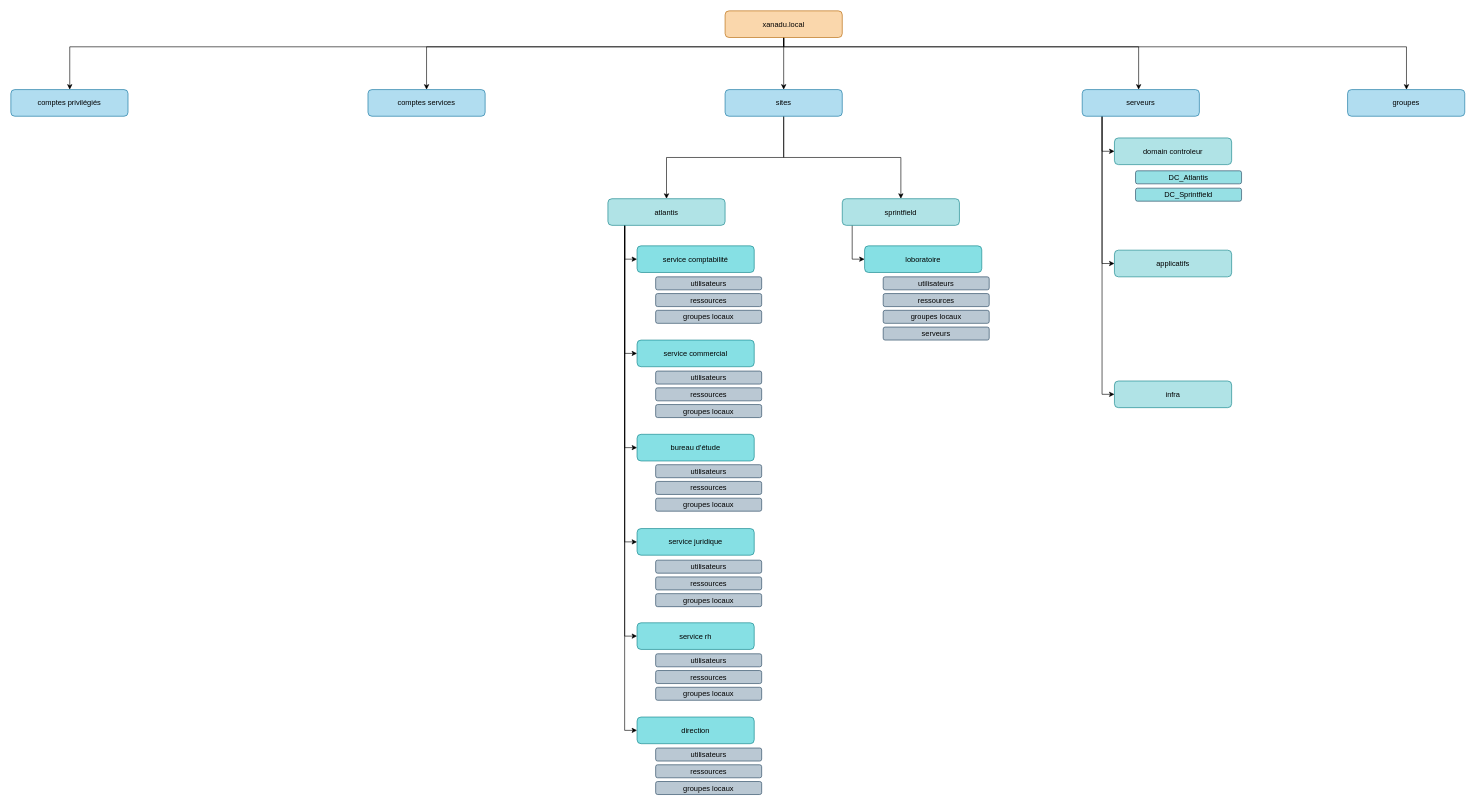
Earlier version of the draw.io diagram L1-annuaire_ad.drawio (RobinNoiret/school-fisa3-administration_si). Source tidied: cells renumbered, new cells numbered last; positions are measured from the earlier drawing's top-left corner, leaving out a move shared by most shapes. Both pictures are drawn from the tidied source at 62%, with x=0, y=0 at pixel (11, 11).
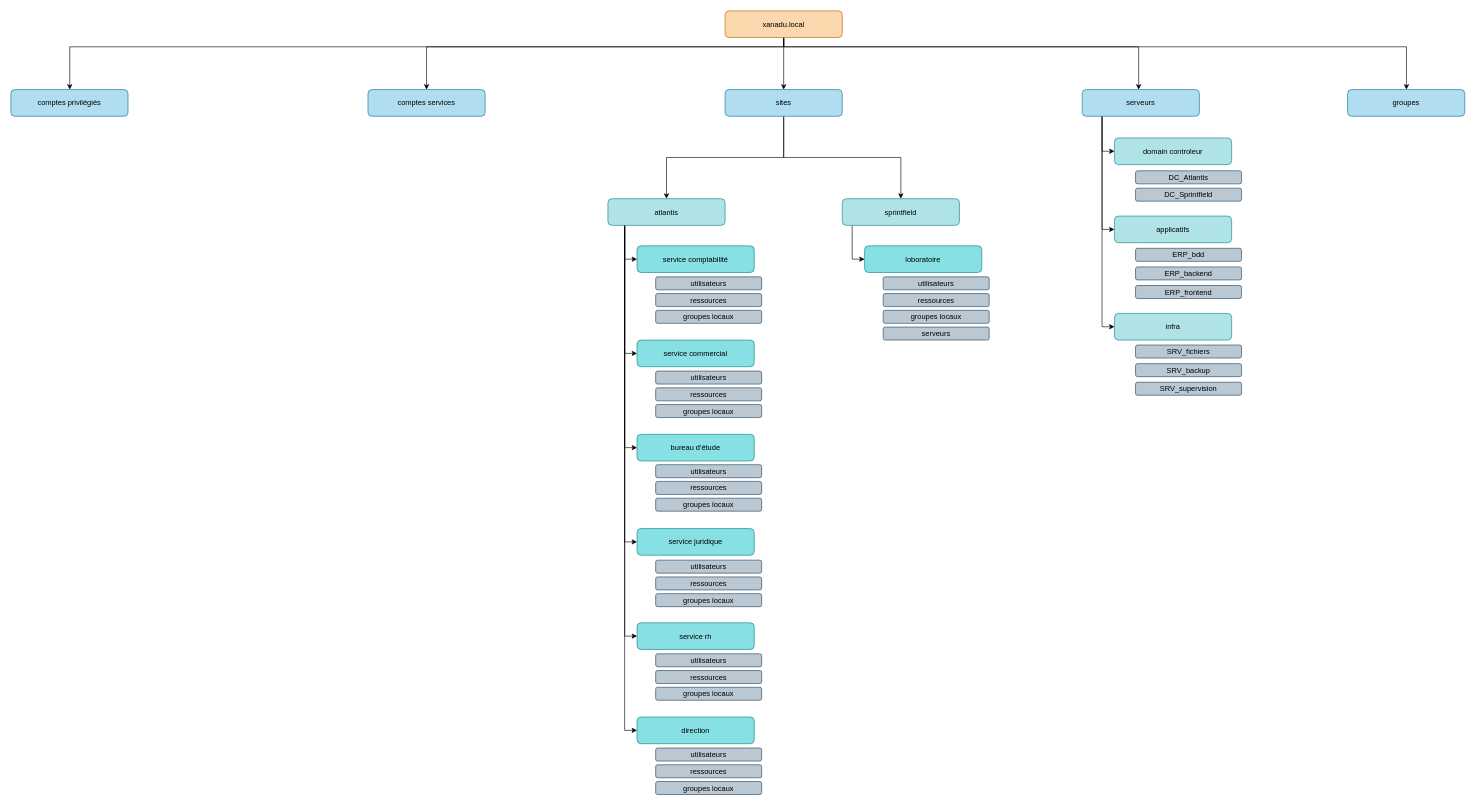
The same diagram, later.

Commit message:
finish serveurs part

Unchanged cells that the change refers to:
```xml
<mxCell id="14" value="serveurs" style="rounded=1;whiteSpace=wrap;html=1;fillColor=#b1ddf0;strokeColor=#10739e;" parent="1" vertex="1">
  <mxGeometry x="1728" y="127" width="189" height="43" as="geometry" />
</mxCell>
```

Diff of the diagram source:
```diff
@@
     <mxCell id="12" style="edgeStyle=orthogonalEdgeStyle;rounded=0;jettySize=auto;html=1;entryX=0;entryY=0.5;entryDx=0;entryDy=0;" parent="1" edge="1" source="14" target="57">
       <mxGeometry relative="1" as="geometry">
         <Array as="points">
-          <mxPoint x="1760" y="407" />
+          <mxPoint x="1760" y="353" />
+          <mxPoint x="1780" y="353" />
         </Array>
       </mxGeometry>
     </mxCell>
     <mxCell id="13" style="edgeStyle=orthogonalEdgeStyle;rounded=0;jettySize=auto;html=1;entryX=0;entryY=0.5;entryDx=0;entryDy=0;" parent="1" edge="1" source="14" target="58">
       <mxGeometry relative="1" as="geometry">
         <Array as="points">
-          <mxPoint x="1760" y="619" />
+          <mxPoint x="1760" y="510" />
+          <mxPoint x="1780" y="510" />
         </Array>
       </mxGeometry>
     </mxCell>
@@
     <mxCell id="57" value="applicatifs" style="rounded=1;whiteSpace=wrap;html=1;fillColor=#b0e3e6;strokeColor=#0e8088;" parent="1" vertex="1">
-      <mxGeometry x="1780" y="386" width="189" height="43" as="geometry" />
+      <mxGeometry x="1780" y="331" width="189" height="43" as="geometry" />
     </mxCell>
     <mxCell id="58" value="infra" style="rounded=1;whiteSpace=wrap;html=1;fillColor=#b0e3e6;strokeColor=#0e8088;" parent="1" vertex="1">
-      <mxGeometry x="1780" y="597" width="189" height="43" as="geometry" />
+      <mxGeometry x="1780" y="488" width="189" height="43" as="geometry" />
     </mxCell>
-    <mxCell id="59" value="DC_Atlantis" style="rounded=1;whiteSpace=wrap;html=1;fillColor=light-dark(#96e0e4, #39454e);strokeColor=#23445d;" parent="1" vertex="1">
+    <mxCell id="59" value="DC_Atlantis" style="rounded=1;whiteSpace=wrap;html=1;fillColor=#bac8d3;strokeColor=#23445d;" parent="1" vertex="1">
       <mxGeometry x="1814" y="258" width="171" height="21" as="geometry" />
     </mxCell>
-    <mxCell id="60" value="DC_Sprintfield" style="rounded=1;whiteSpace=wrap;html=1;fillColor=light-dark(#96e0e4, #39454e);strokeColor=#23445d;" parent="1" vertex="1">
+    <mxCell id="60" value="DC_Sprintfield" style="rounded=1;whiteSpace=wrap;html=1;fillColor=#bac8d3;strokeColor=#23445d;" parent="1" vertex="1">
       <mxGeometry x="1814" y="286" width="171" height="21" as="geometry" />
     </mxCell>
+    <mxCell id="61" value="ERP_bdd" style="rounded=1;whiteSpace=wrap;html=1;fillColor=#bac8d3;strokeColor=#23445d;" parent="1" vertex="1">
+      <mxGeometry x="1814" y="383" width="171" height="21" as="geometry" />
+    </mxCell>
+    <mxCell id="62" value="ERP_backend" style="rounded=1;whiteSpace=wrap;html=1;fillColor=#bac8d3;strokeColor=#23445d;" parent="1" vertex="1">
+      <mxGeometry x="1814" y="413" width="171" height="21" as="geometry" />
+    </mxCell>
+    <mxCell id="63" value="ERP_frontend" style="rounded=1;whiteSpace=wrap;html=1;fillColor=#bac8d3;strokeColor=#23445d;" parent="1" vertex="1">
+      <mxGeometry x="1814" y="443" width="171" height="21" as="geometry" />
+    </mxCell>
+    <mxCell id="64" value="SRV_fichiers" style="rounded=1;whiteSpace=wrap;html=1;fillColor=#bac8d3;strokeColor=#23445d;" parent="1" vertex="1">
+      <mxGeometry x="1814" y="539" width="171" height="21" as="geometry" />
+    </mxCell>
+    <mxCell id="65" value="SRV_backup" style="rounded=1;whiteSpace=wrap;html=1;fillColor=#bac8d3;strokeColor=#23445d;" parent="1" vertex="1">
+      <mxGeometry x="1814" y="569" width="171" height="21" as="geometry" />
+    </mxCell>
+    <mxCell id="66" value="SRV_supervision" style="rounded=1;whiteSpace=wrap;html=1;fillColor=#bac8d3;strokeColor=#23445d;" parent="1" vertex="1">
+      <mxGeometry x="1814" y="599" width="171" height="21" as="geometry" />
+    </mxCell>
```
